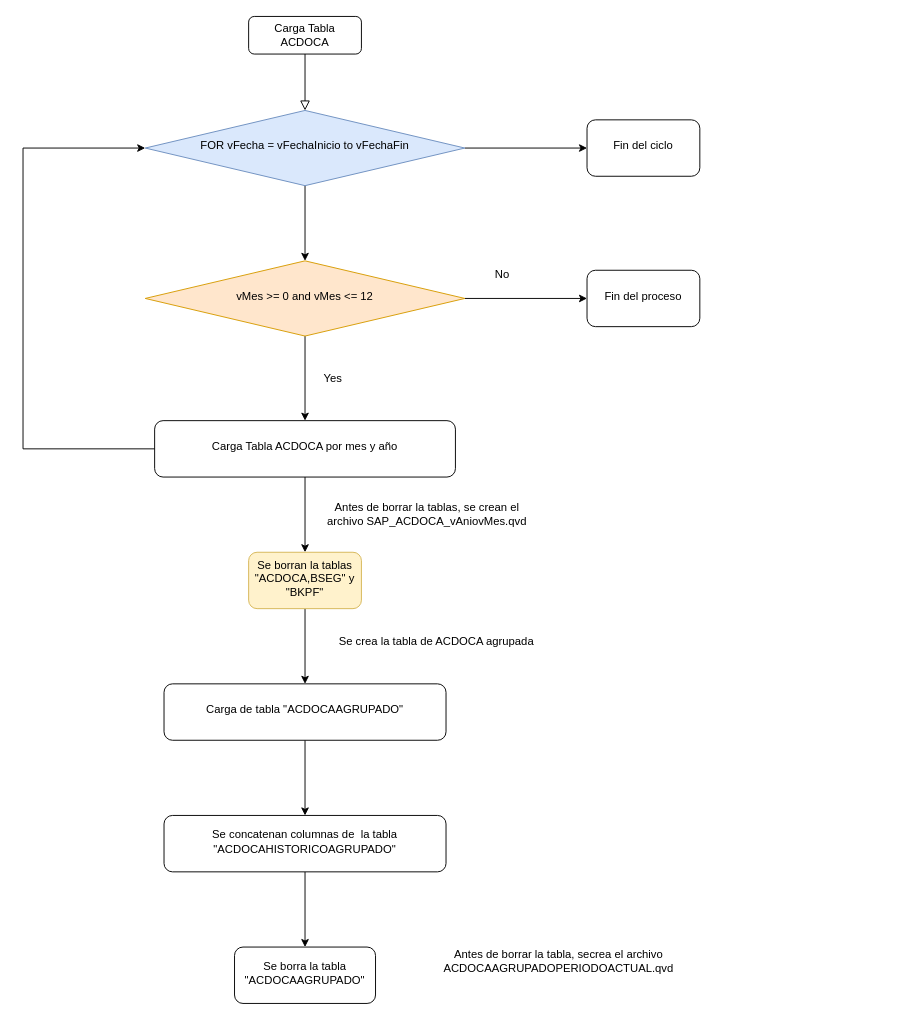
Before: Transformación_Acdoca/Diagrama sin título.drawio in David-hub-utn/Proceso-de-transformaci-n-de-SAP, a draw.io diagram. Source tidied: cells renumbered, new cells numbered last; positions are measured from the earlier drawing's top-left corner, leaving out a move shared by most shapes. Both pictures are drawn from the tidied source at 94%, with x=0, y=0 at pixel (23, 16).
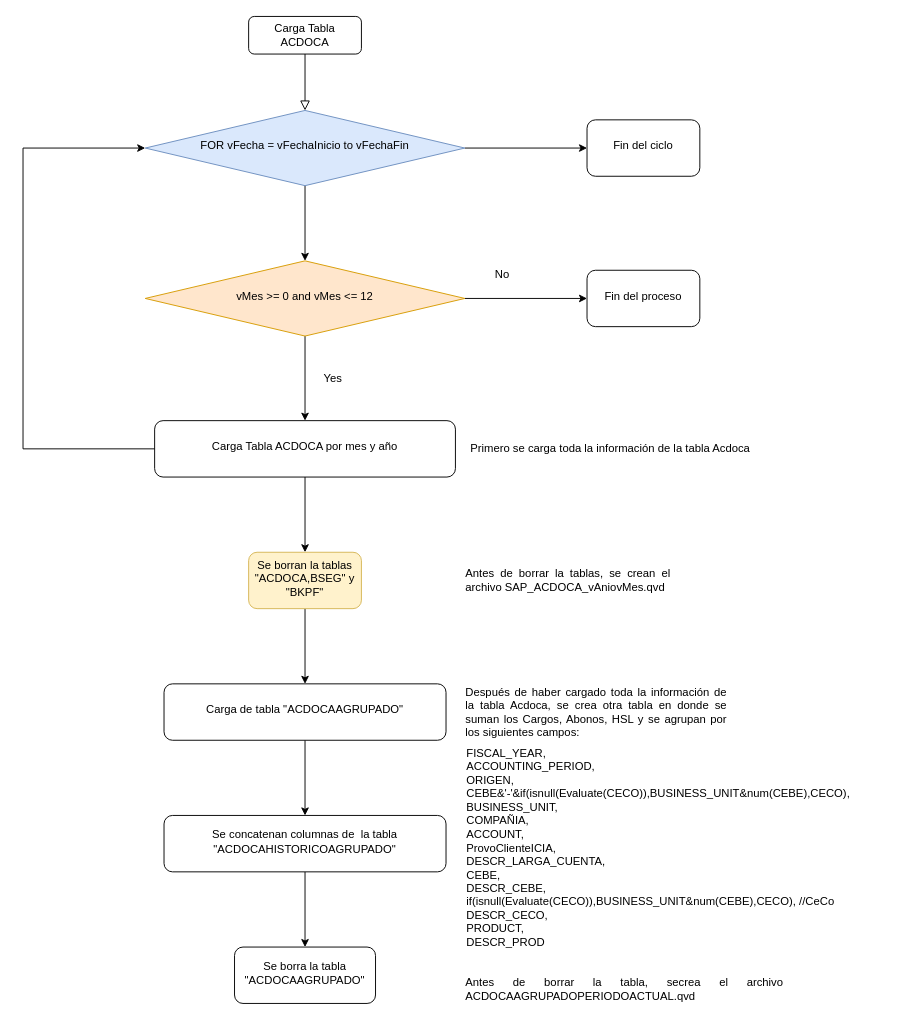
The same diagram, later.

The edit, as a diff of the source:
```diff
@@
-    <mxCell id="20" value="Se crea la tabla de ACDOCA agrupada" style="text;html=1;strokeColor=none;fillColor=none;align=center;verticalAlign=middle;whiteSpace=wrap;rounded=0;" parent="1" vertex="1">
-      <mxGeometry x="320" y="650" width="240" height="30" as="geometry" />
-    </mxCell>
+    <mxCell id="27" value="&lt;div style=&quot;text-align: justify;&quot;&gt;&lt;span style=&quot;background-color: initial;&quot;&gt;Después de haber cargado toda la información de la tabla Acdoca, se crea otra tabla en donde se suman los Cargos, Abonos, HSL y se agrupan por los siguientes campos:&lt;/span&gt;&lt;/div&gt;" style="text;html=1;strokeColor=none;fillColor=none;align=center;verticalAlign=middle;whiteSpace=wrap;rounded=0;" parent="1" vertex="1">
+      <mxGeometry x="470" y="725" width="280" height="30" as="geometry" />
+    </mxCell>
@@
-    <mxCell id="24" value="Antes de borrar la tablas, se crean el archivo SAP_ACDOCA_vAniovMes.qvd" style="text;html=1;strokeColor=none;fillColor=none;align=center;verticalAlign=middle;whiteSpace=wrap;rounded=0;" parent="1" vertex="1">
-      <mxGeometry x="320" y="514.5" width="220" height="30" as="geometry" />
+    <mxCell id="24" value="&lt;div style=&quot;text-align: justify;&quot;&gt;&lt;span style=&quot;background-color: initial;&quot;&gt;Antes de borrar la tablas, se crean el archivo SAP_ACDOCA_vAniovMes.qvd&lt;/span&gt;&lt;/div&gt;" style="text;html=1;strokeColor=none;fillColor=none;align=center;verticalAlign=middle;whiteSpace=wrap;rounded=0;" parent="1" vertex="1">
+      <mxGeometry x="470" y="585" width="220" height="30" as="geometry" />
     </mxCell>
-    <mxCell id="25" value="Antes de borrar la tabla, secrea el archivo ACDOCAAGRUPADOPERIODOACTUAL.qvd" style="text;html=1;strokeColor=none;fillColor=none;align=center;verticalAlign=middle;whiteSpace=wrap;rounded=0;" parent="1" vertex="1">
-      <mxGeometry x="400" y="990" width="340" height="30" as="geometry" />
+    <mxCell id="25" value="&lt;div style=&quot;text-align: justify;&quot;&gt;&lt;span style=&quot;background-color: initial;&quot;&gt;Antes de borrar la tabla, secrea el archivo ACDOCAAGRUPADOPERIODOACTUAL.qvd&lt;/span&gt;&lt;/div&gt;" style="text;html=1;strokeColor=none;fillColor=none;align=center;verticalAlign=middle;whiteSpace=wrap;rounded=0;" parent="1" vertex="1">
+      <mxGeometry x="470" y="1020" width="340" height="30" as="geometry" />
     </mxCell>
@@
+    <mxCell id="28" value="Primero se carga toda la información de la tabla Acdoca" style="text;html=1;strokeColor=none;fillColor=none;align=center;verticalAlign=middle;whiteSpace=wrap;rounded=0;" parent="1" vertex="1">
+      <mxGeometry x="470" y="445" width="310" height="30" as="geometry" />
+    </mxCell>
+    <mxCell id="29" value="FISCAL_YEAR,&#10;ACCOUNTING_PERIOD,&#10;ORIGEN,&#10;CEBE&amp;'-'&amp;if(isnull(Evaluate(CECO)),BUSINESS_UNIT&amp;num(CEBE),CECO),  &#10;BUSINESS_UNIT,   &#10;COMPAÑIA,&#10;ACCOUNT,    &#10;ProvoClienteICIA,&#10;DESCR_LARGA_CUENTA,&#10;CEBE,      &#10;DESCR_CEBE,&#10;if(isnull(Evaluate(CECO)),BUSINESS_UNIT&amp;num(CEBE),CECO),      //CeCo &#10;DESCR_CECO,&#10;PRODUCT,&#10;DESCR_PROD" style="text;whiteSpace=wrap;html=1;" parent="1" vertex="1">
+      <mxGeometry x="470" y="770" width="450" height="240" as="geometry" />
+    </mxCell>
```
